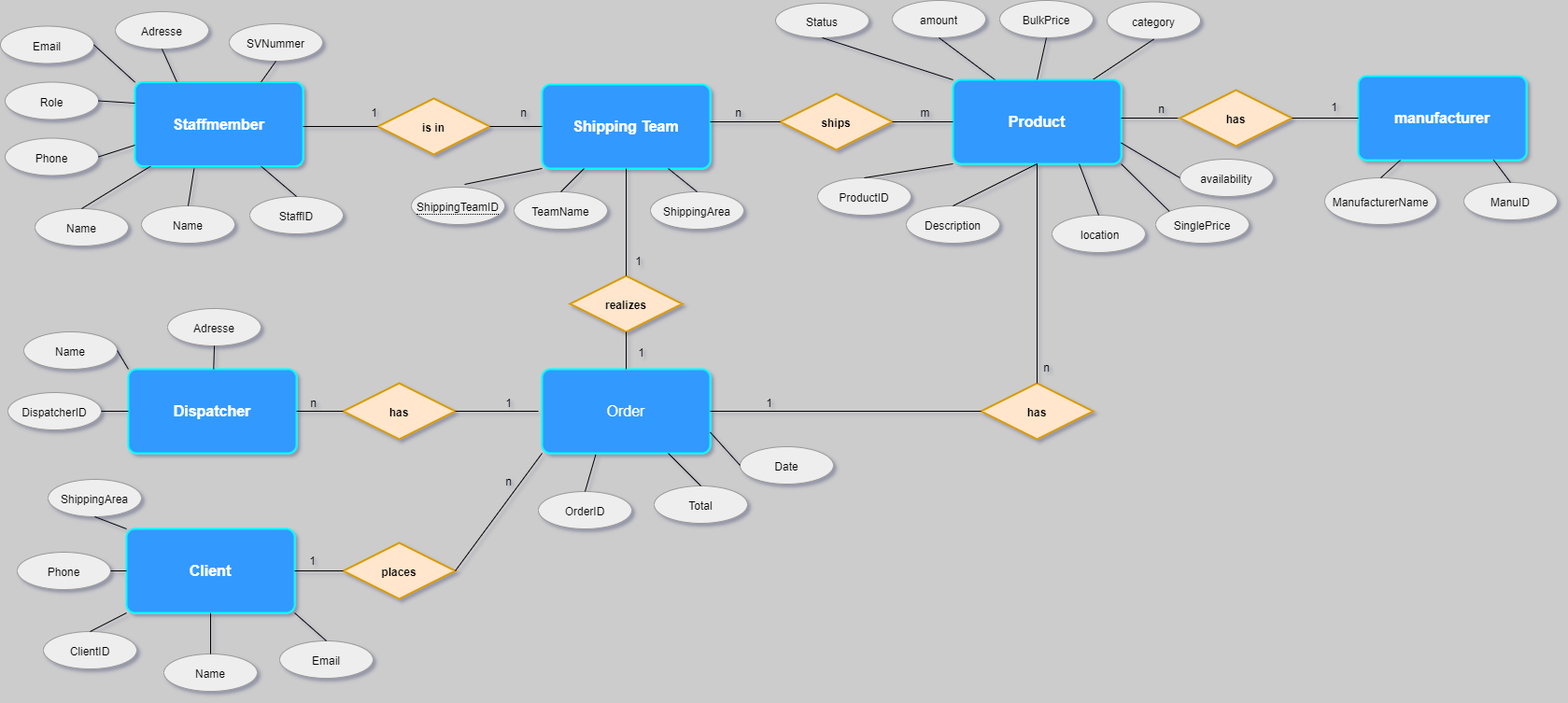
Before: re_diagram.png, a diagram exported from draw.io (CodeFactoryWien/WF-Java-05). Source tidied: cells renumbered, new cells last; positions are measured from the earlier drawing's top-left corner, leaving out a move shared by most shapes.
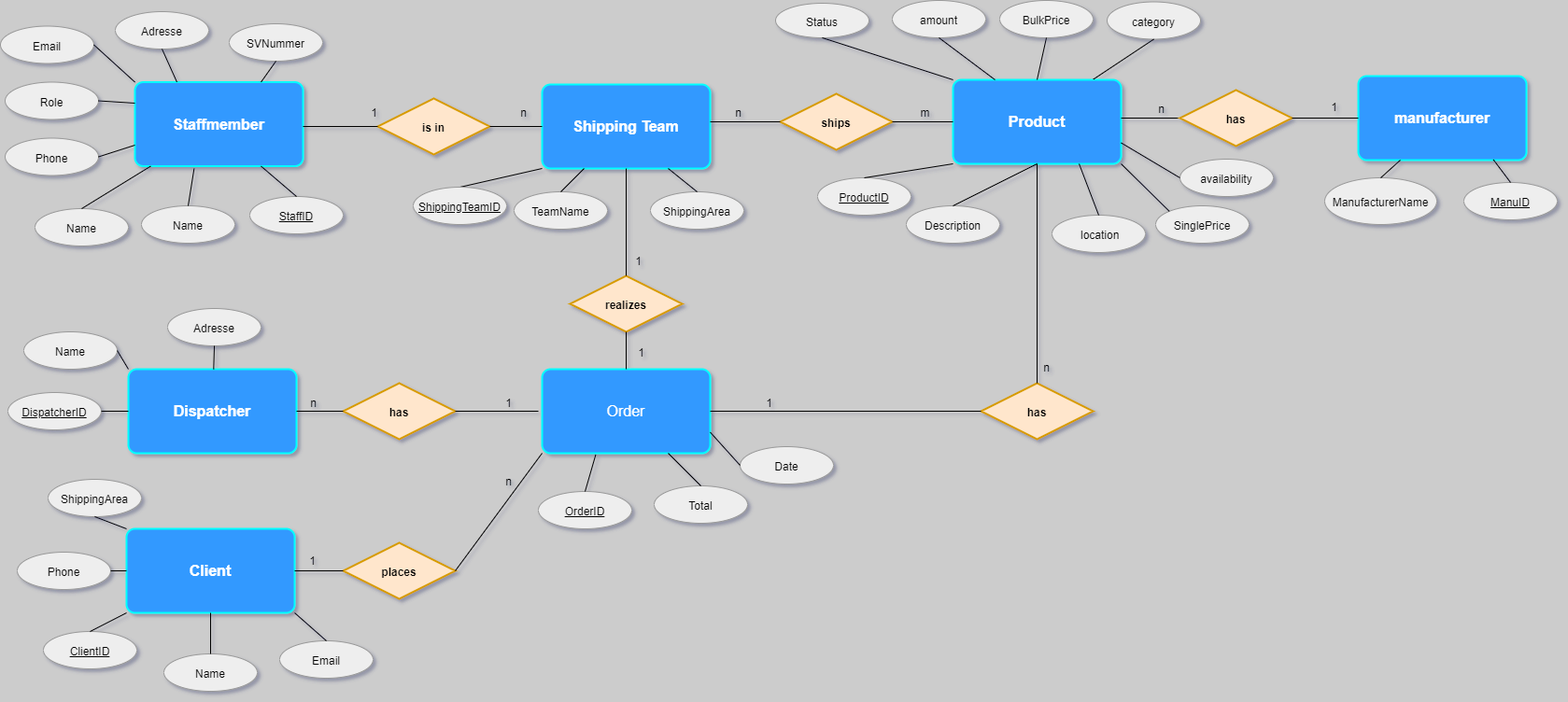
The same file after the commit.

Change to the diagram source:
```diff
@@ -5,7 +5,7 @@
     <mxCell id="2" value="Product" style="rounded=1;arcSize=10;whiteSpace=wrap;html=1;align=center;strokeColor=#00FFFF;strokeWidth=2;fillColor=#3399FF;gradientColor=none;glass=0;shadow=0;comic=0;fontStyle=1;fontSize=16;fontColor=#FFFFFF;fixDash=0;" parent="1" vertex="1">
       <mxGeometry x="1020" y="85" width="180" height="90" as="geometry" />
     </mxCell>
-    <mxCell id="3" value="ProductID" style="ellipse;whiteSpace=wrap;html=1;align=center;shadow=0;strokeColor=#999999;fillColor=#eeeeee;fixDash=0;" parent="1" vertex="1">
+    <mxCell id="3" value="&lt;u&gt;ProductID&lt;/u&gt;" style="ellipse;whiteSpace=wrap;html=1;align=center;shadow=0;strokeColor=#999999;fillColor=#eeeeee;fixDash=0;" parent="1" vertex="1">
       <mxGeometry x="875" y="190" width="100" height="40" as="geometry" />
     </mxCell>
     <mxCell id="4" value="BulkPrice" style="ellipse;whiteSpace=wrap;html=1;align=center;shadow=0;strokeColor=#999999;fillColor=#eeeeee;fixDash=0;" parent="1" vertex="1">
@@ -29,7 +29,7 @@
     <mxCell id="10" value="&lt;b&gt;&lt;font style=&quot;font-size: 16px&quot; color=&quot;#ffffff&quot;&gt;Staffmember&lt;/font&gt;&lt;/b&gt;" style="rounded=1;arcSize=10;whiteSpace=wrap;html=1;align=center;fillColor=#3399FF;strokeColor=#00FFFF;gradientColor=none;strokeWidth=2;fixDash=0;shadow=0;" parent="1" vertex="1">
       <mxGeometry x="144" y="87.5" width="180" height="90" as="geometry" />
     </mxCell>
-    <mxCell id="11" value="StaffID" style="ellipse;whiteSpace=wrap;html=1;align=center;shadow=0;strokeColor=#999999;fillColor=#eeeeee;fixDash=0;" parent="1" vertex="1">
+    <mxCell id="11" value="&lt;u&gt;StaffID&lt;/u&gt;" style="ellipse;whiteSpace=wrap;html=1;align=center;shadow=0;strokeColor=#999999;fillColor=#eeeeee;fixDash=0;" parent="1" vertex="1">
       <mxGeometry x="267" y="210" width="100" height="40" as="geometry" />
     </mxCell>
     <mxCell id="12" value="Role" style="ellipse;whiteSpace=wrap;html=1;align=center;shadow=0;strokeColor=#999999;fillColor=#eeeeee;fixDash=0;" parent="1" vertex="1">
@@ -38,9 +38,6 @@
     <mxCell id="13" value="&lt;font style=&quot;font-size: 16px&quot; color=&quot;#ffffff&quot;&gt;&lt;b&gt;Shipping Team&lt;/b&gt;&lt;/font&gt;" style="rounded=1;arcSize=10;whiteSpace=wrap;html=1;align=center;strokeColor=#00FFFF;strokeWidth=2;fillColor=#3399FF;gradientColor=none;fixDash=0;shadow=0;" parent="1" vertex="1">
       <mxGeometry x="580" y="90" width="180" height="90" as="geometry" />
     </mxCell>
-    <mxCell id="14" value="&lt;span style=&quot;border-bottom: 1px dotted&quot;&gt;ShippingTeamID&lt;/span&gt;" style="ellipse;whiteSpace=wrap;html=1;align=center;shadow=0;strokeColor=#999999;fillColor=#eeeeee;fixDash=0;" parent="1" vertex="1">
-      <mxGeometry x="440" y="200" width="100" height="40" as="geometry" />
-    </mxCell>
     <mxCell id="15" value="TeamName" style="ellipse;whiteSpace=wrap;html=1;align=center;shadow=0;strokeColor=#999999;fillColor=#eeeeee;fixDash=0;" parent="1" vertex="1">
       <mxGeometry x="550" y="205" width="100" height="40" as="geometry" />
     </mxCell>
@@ -59,13 +56,13 @@
     <mxCell id="20" value="Date" style="ellipse;whiteSpace=wrap;html=1;align=center;shadow=0;strokeColor=#999999;fillColor=#eeeeee;fixDash=0;" parent="1" vertex="1">
       <mxGeometry x="792" y="478" width="100" height="40" as="geometry" />
     </mxCell>
-    <mxCell id="21" value="OrderID" style="ellipse;whiteSpace=wrap;html=1;align=center;shadow=0;strokeColor=#999999;fillColor=#eeeeee;fixDash=0;" parent="1" vertex="1">
+    <mxCell id="21" value="&lt;u&gt;OrderID&lt;/u&gt;" style="ellipse;whiteSpace=wrap;html=1;align=center;shadow=0;strokeColor=#999999;fillColor=#eeeeee;fixDash=0;" parent="1" vertex="1">
       <mxGeometry x="576" y="526" width="100" height="40" as="geometry" />
     </mxCell>
     <mxCell id="22" value="Client" style="rounded=1;arcSize=10;whiteSpace=wrap;html=1;align=center;strokeColor=#00FFFF;strokeWidth=2;fillColor=#3399FF;gradientColor=none;fontSize=16;fontColor=#FFFFFF;fontStyle=1;fixDash=0;shadow=0;" parent="1" vertex="1">
       <mxGeometry x="135" y="566" width="180" height="90" as="geometry" />
     </mxCell>
-    <mxCell id="23" value="ClientID" style="ellipse;whiteSpace=wrap;html=1;align=center;shadow=0;strokeColor=#999999;fillColor=#eeeeee;fixDash=0;" parent="1" vertex="1">
+    <mxCell id="23" value="&lt;u&gt;ClientID&lt;/u&gt;" style="ellipse;whiteSpace=wrap;html=1;align=center;shadow=0;strokeColor=#999999;fillColor=#eeeeee;fixDash=0;" parent="1" vertex="1">
       <mxGeometry x="46" y="676" width="100" height="40" as="geometry" />
     </mxCell>
     <mxCell id="24" value="Name" style="ellipse;whiteSpace=wrap;html=1;align=center;shadow=0;strokeColor=#999999;fillColor=#eeeeee;fixDash=0;" parent="1" vertex="1">
@@ -92,7 +89,7 @@
     <mxCell id="31" value="ShippingArea" style="ellipse;whiteSpace=wrap;html=1;align=center;shadow=0;strokeColor=#999999;fillColor=#eeeeee;fixDash=0;" parent="1" vertex="1">
       <mxGeometry x="696" y="205" width="100" height="40" as="geometry" />
     </mxCell>
-    <mxCell id="32" value="DispatcherID" style="ellipse;whiteSpace=wrap;html=1;align=center;shadow=0;strokeColor=#999999;fillColor=#eeeeee;fixDash=0;" parent="1" vertex="1">
+    <mxCell id="32" value="&lt;u&gt;DispatcherID&lt;/u&gt;" style="ellipse;whiteSpace=wrap;html=1;align=center;shadow=0;strokeColor=#999999;fillColor=#eeeeee;fixDash=0;" parent="1" vertex="1">
       <mxGeometry x="8" y="420" width="100" height="40" as="geometry" />
     </mxCell>
     <mxCell id="33" value="Name" style="ellipse;whiteSpace=wrap;html=1;align=center;shadow=0;strokeColor=#999999;fillColor=#eeeeee;fixDash=0;" parent="1" vertex="1">
@@ -154,7 +151,7 @@
     <mxCell id="51" style="endArrow=none;html=1;rounded=0;entryX=0.5;entryY=1;entryDx=0;entryDy=0;exitX=0.75;exitY=0;exitDx=0;exitDy=0;fixDash=0;shadow=0;" parent="1" edge="1" source="10" target="38">
       <mxGeometry relative="1" as="geometry" />
     </mxCell>
-    <mxCell id="52" style="endArrow=none;html=1;rounded=0;entryX=0;entryY=1;entryDx=0;entryDy=0;exitX=0.57;exitY=-0.075;exitDx=0;exitDy=0;exitPerimeter=0;fixDash=0;shadow=0;" parent="1" edge="1" source="14" target="13">
+    <mxCell id="52" style="endArrow=none;html=1;rounded=0;entryX=0;entryY=1;entryDx=0;entryDy=0;exitX=0.5;exitY=0;exitDx=0;exitDy=0;fixDash=0;shadow=0;" parent="1" edge="1" source="14" target="13">
       <mxGeometry relative="1" as="geometry" />
     </mxCell>
     <mxCell id="53" style="endArrow=none;html=1;rounded=0;entryX=0.25;entryY=1;entryDx=0;entryDy=0;exitX=0.5;exitY=0;exitDx=0;exitDy=0;fixDash=0;shadow=0;" parent="1" edge="1" source="15" target="13">
@@ -328,11 +325,14 @@
     <mxCell id="107" style="endArrow=none;html=1;rounded=0;exitX=0.25;exitY=1;exitDx=0;exitDy=0;entryX=0.5;entryY=0;entryDx=0;entryDy=0;fixDash=0;shadow=0;" parent="1" edge="1" source="101" target="106">
       <mxGeometry relative="1" as="geometry" />
     </mxCell>
-    <mxCell id="108" value="ManuID" style="ellipse;whiteSpace=wrap;html=1;align=center;shadow=0;strokeColor=#999999;fillColor=#eeeeee;fixDash=0;" parent="1" vertex="1">
+    <mxCell id="108" value="&lt;u&gt;ManuID&lt;/u&gt;" style="ellipse;whiteSpace=wrap;html=1;align=center;shadow=0;strokeColor=#999999;fillColor=#eeeeee;fixDash=0;" parent="1" vertex="1">
       <mxGeometry x="1567" y="195" width="100" height="40" as="geometry" />
     </mxCell>
     <mxCell id="109" style="endArrow=none;html=1;rounded=0;exitX=0.804;exitY=0.996;exitDx=0;exitDy=0;exitPerimeter=0;entryX=0.5;entryY=0;entryDx=0;entryDy=0;fixDash=0;shadow=0;" parent="1" edge="1" source="101" target="108">
       <mxGeometry relative="1" as="geometry" />
     </mxCell>
+    <mxCell id="14" value="&lt;u&gt;ShippingTeamID&lt;/u&gt;" style="ellipse;whiteSpace=wrap;html=1;align=center;shadow=0;strokeColor=#999999;fillColor=#eeeeee;fixDash=0;" parent="1" vertex="1">
+      <mxGeometry x="442" y="200" width="100" height="40" as="geometry" />
+    </mxCell>
   </root>
 </mxGraphModel>
```
